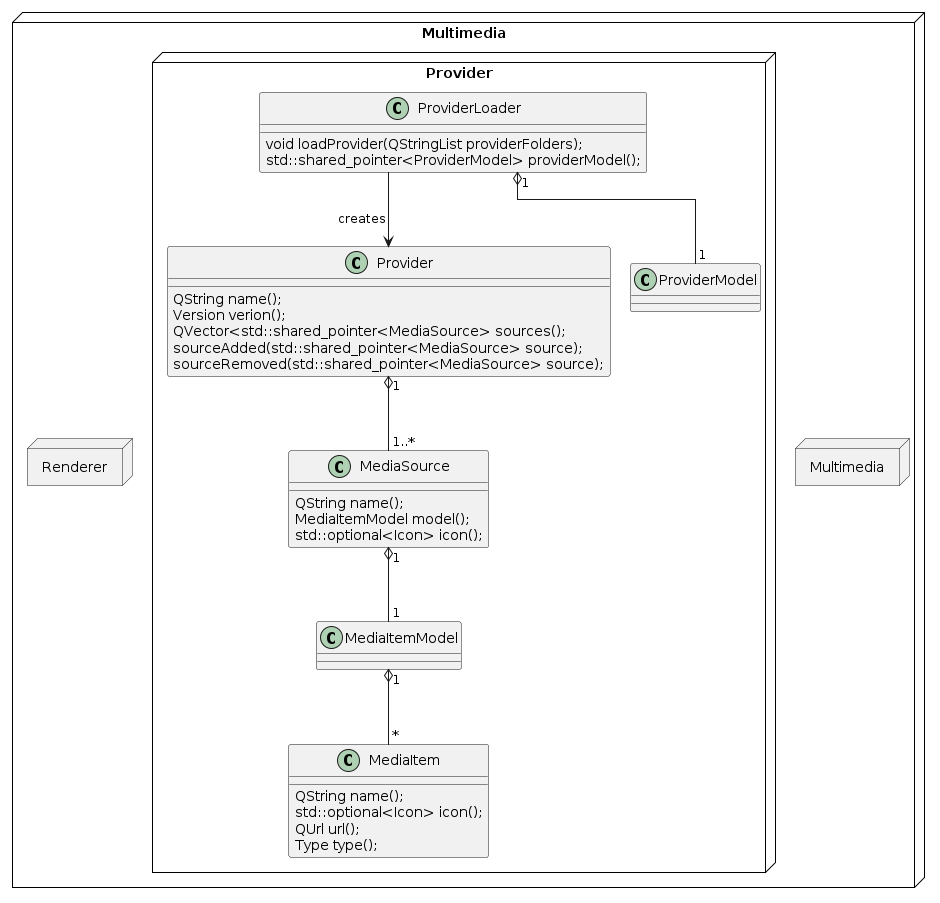
The PlantUML diagram inline_umlgraph_2.png in mFlorianW/blabby, before a commit.
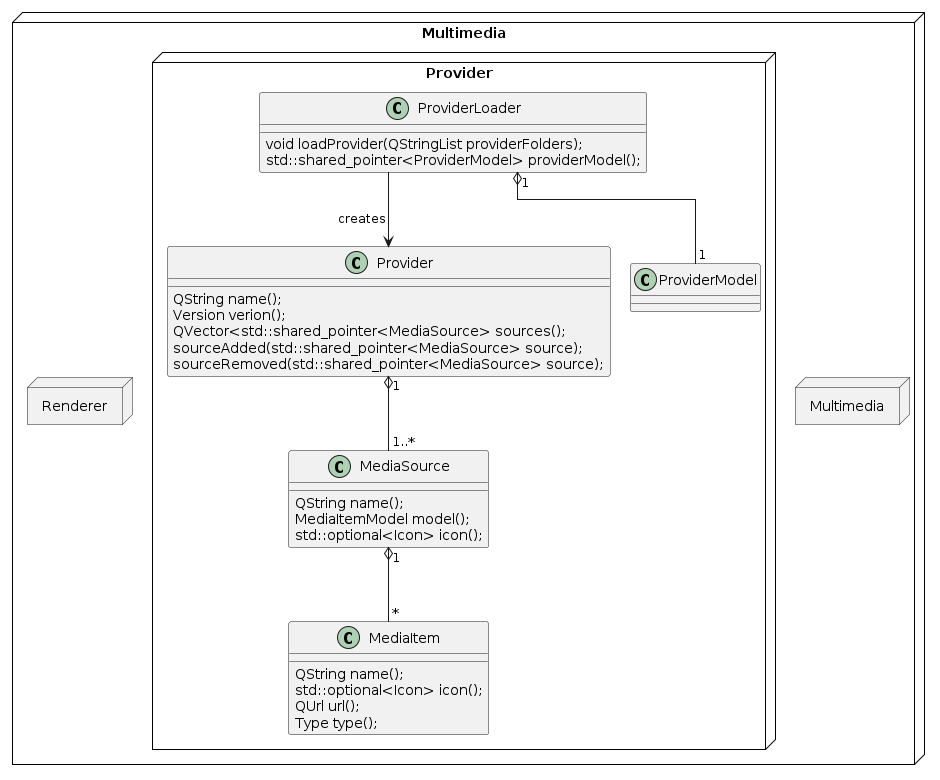
After the change.

Change to the diagram source:
```diff
@@ -6,7 +6,6 @@
         class ProviderLoader
         class MediaSource
         class MediaItem
-        class MediaItemModel
         class ProviderModel
 
         class ProviderLoader {
@@ -38,8 +37,7 @@
         ProviderLoader --> Provider : creates
         ProviderLoader "1" o-- "1" ProviderModel
         Provider "1" o-- "1..*" MediaSource
-        MediaSource "1" o-- "1" MediaItemModel
-        MediaItemModel "1" o-- "*" MediaItem
+        MediaSource "1" o-- "*" MediaItem
     }
 
     node Multimedia {
```
